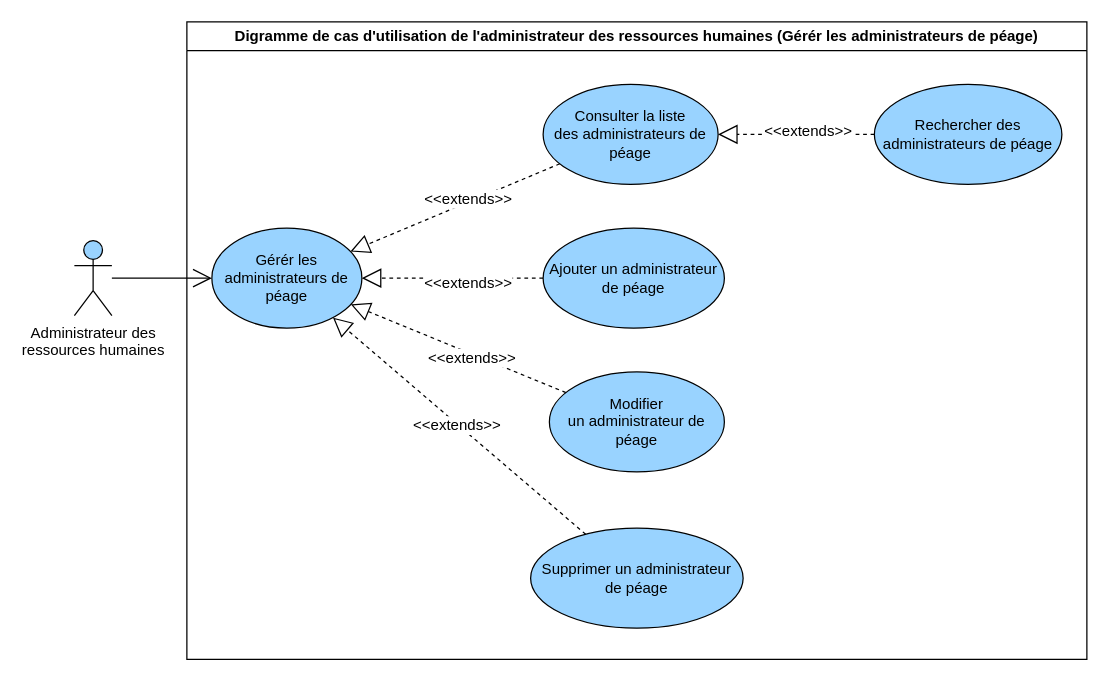
Above: page "Gerer les administrateurs de peage" (2 of 4) of diagrams/use-case/administrateur-des-ressources-humaines.drawio in devlotfi/peage-pay (draw.io), before the change. Source tidied: cells renumbered, new cells numbered last; positions are measured from the earlier drawing's top-left corner, leaving out a move shared by most shapes. Both pictures are drawn from the tidied source at 125%, with x=0, y=0 at pixel (74, 21).
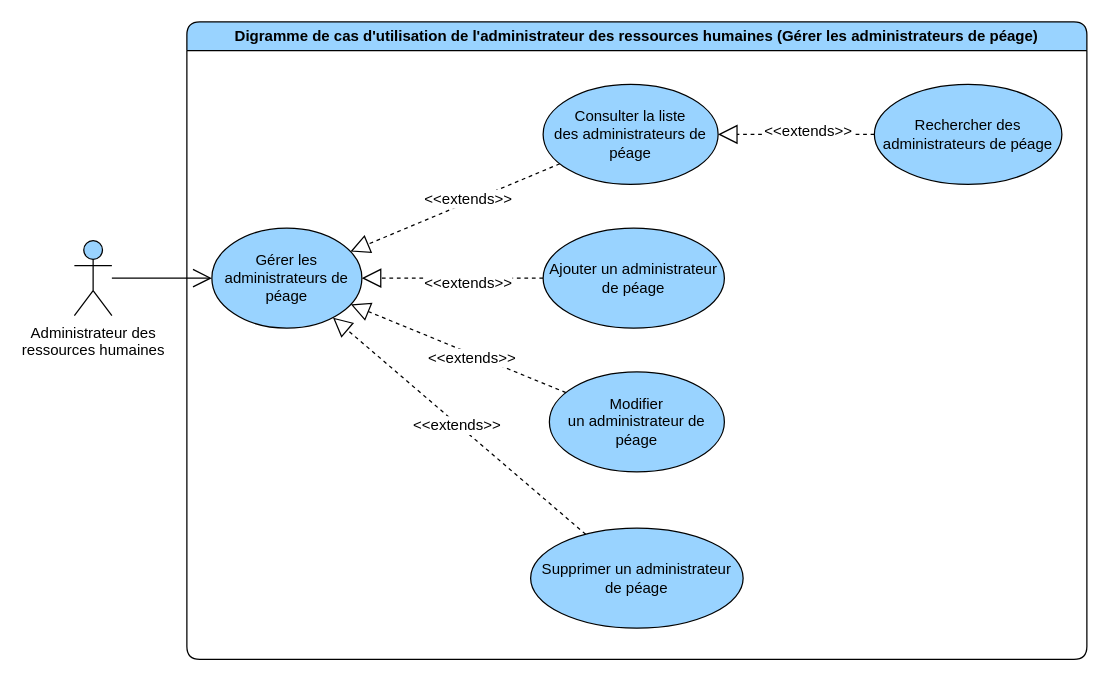
The same page after the edit.

The edit, as a diff of the source:
```diff
@@
-    <mxCell id="2" value="Digramme de cas d'utilisation de l'administrateur des ressources humaines (Gérér les administrateurs de péage)" style="swimlane;whiteSpace=wrap;html=1;" parent="1" vertex="1">
+    <mxCell id="2" value="Digramme de cas d'utilisation de l'administrateur des ressources humaines (Gérer les administrateurs de péage)" style="swimlane;whiteSpace=wrap;html=1;rounded=1;fillColor=#99D3FF;" parent="1" vertex="1">
       <mxGeometry x="90" width="720" height="510" as="geometry" />
     </mxCell>
-    <mxCell id="3" value="Gérér les administrateurs de péage" style="ellipse;whiteSpace=wrap;html=1;strokeColor=default;align=center;verticalAlign=middle;fontFamily=Helvetica;fontSize=12;fontColor=default;fillColor=#99D3FF;" parent="2" vertex="1">
+    <mxCell id="3" value="Gérer les administrateurs de péage" style="ellipse;whiteSpace=wrap;html=1;strokeColor=default;align=center;verticalAlign=middle;fontFamily=Helvetica;fontSize=12;fontColor=default;fillColor=#99D3FF;" parent="2" vertex="1">
       <mxGeometry x="20" y="165" width="120" height="80" as="geometry" />
     </mxCell>
```
